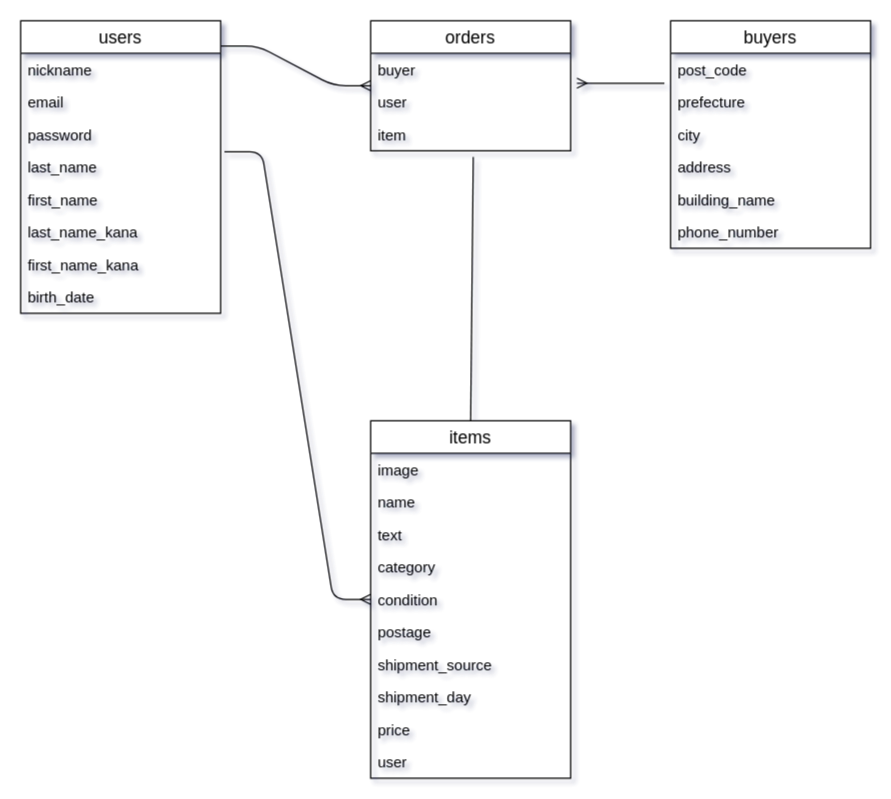
szkan/furima-30427 keeps this draw.io diagram as furima.dio. Above is the earlier version. Source tidied: cells renumbered, new cells numbered last; positions are measured from the earlier drawing's top-left corner, leaving out a move shared by most shapes. Both pictures are drawn from the tidied source at 125%, with x=0, y=0 at pixel (20, 20).
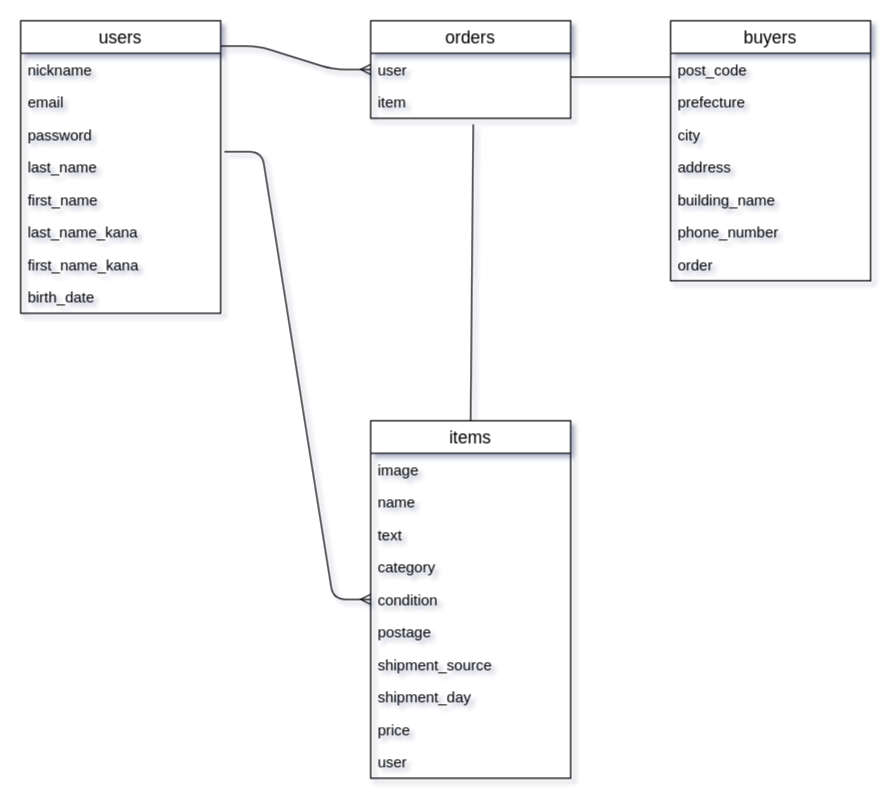
The same diagram, later.

Commit message (it also covers changes not shown here):
データベース設計の再修正

The change refers to these unchanged cells:
```xml
<mxCell id="14" value="prefecture" style="text;strokeColor=none;fillColor=none;spacingLeft=4;spacingRight=4;overflow=hidden;points=[[0,0.5],[1,0.5]];portConstraint=eastwest;fontSize=12;" parent="12" vertex="1">
  <mxGeometry y="52" width="160" height="26" as="geometry" />
</mxCell>
```

The edit, as a diff of the source:
```diff
@@
     <mxCell id="12" value="buyers" style="swimlane;fontStyle=0;horizontal=1;startSize=26;align=center;fontSize=14;" parent="1" vertex="1">
-      <mxGeometry x="520" width="160" height="182" as="geometry" />
+      <mxGeometry x="520" width="160" height="208" as="geometry" />
     </mxCell>
@@
+    <mxCell id="37" value="order" style="text;strokeColor=none;fillColor=none;spacingLeft=4;spacingRight=4;overflow=hidden;fontSize=12;" parent="12" vertex="1">
+      <mxGeometry y="182" width="160" height="26" as="geometry" />
+    </mxCell>
@@
     <mxCell id="21" value="orders" style="swimlane;fontStyle=0;horizontal=1;startSize=26;align=center;fontSize=14;" parent="1" vertex="1">
-      <mxGeometry x="280" width="160" height="104" as="geometry" />
+      <mxGeometry x="280" width="160" height="78" as="geometry" />
     </mxCell>
-    <mxCell id="22" value="buyer" style="text;strokeColor=none;fillColor=none;spacingLeft=4;spacingRight=4;overflow=hidden;fontSize=12;" parent="21" vertex="1">
-      <mxGeometry y="26" width="160" height="26" as="geometry" />
-    </mxCell>
     <mxCell id="23" value="user" style="text;strokeColor=none;fillColor=none;spacingLeft=4;spacingRight=4;overflow=hidden;points=[[0,0.5],[1,0.5]];portConstraint=eastwest;fontSize=12;" parent="21" vertex="1">
-      <mxGeometry y="52" width="160" height="26" as="geometry" />
+      <mxGeometry y="26" width="160" height="26" as="geometry" />
     </mxCell>
     <mxCell id="24" value="item" style="text;strokeColor=none;fillColor=none;spacingLeft=4;spacingRight=4;overflow=hidden;points=[[0,0.5],[1,0.5]];portConstraint=eastwest;fontSize=12;" parent="21" vertex="1">
-      <mxGeometry y="78" width="160" height="26" as="geometry" />
+      <mxGeometry y="52" width="160" height="26" as="geometry" />
     </mxCell>
@@
-    <mxCell id="36" style="fontSize=12;html=1;endArrow=ERmany;entryX=1.031;entryY=-0.077;entryDx=0;entryDy=0;entryPerimeter=0;exitX=-0.031;exitY=-0.077;exitDx=0;exitDy=0;exitPerimeter=0;" parent="1" edge="1" source="14" target="23">
-      <mxGeometry relative="1" as="geometry" />
+    <mxCell id="36" style="line;strokeWidth=1;fillColor=none;align=left;verticalAlign=middle;spacingTop=-1;spacingLeft=3;spacingRight=3;labelPosition=right;fontSize=12;" parent="1" vertex="1">
+      <mxGeometry x="440" y="40" width="80" height="10" as="geometry" />
     </mxCell>
```
